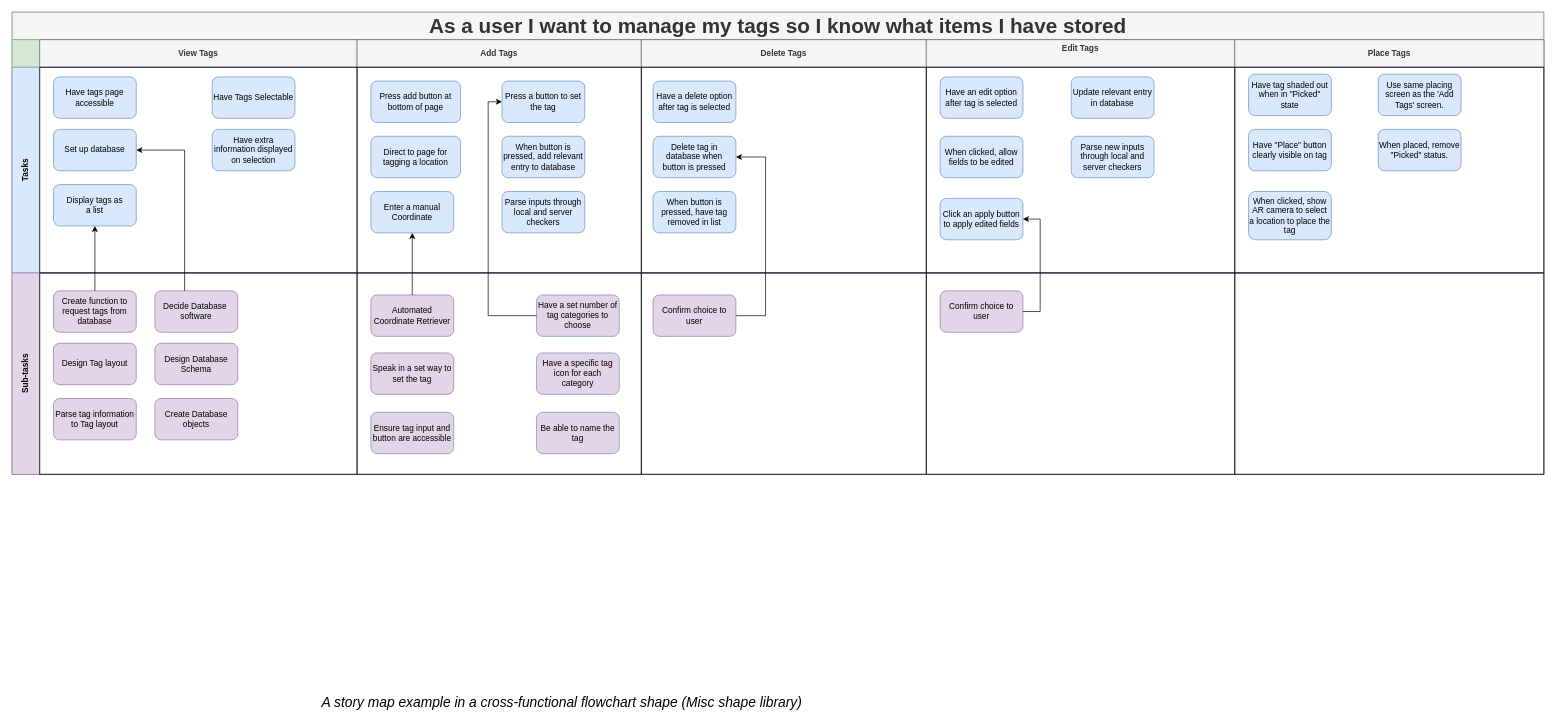
The draw.io diagram Documentation/Project Diagrams/Story Maps/Manage Tag Theme.drawio in ickeyben123/AR, before the edit. Source tidied: cells renumbered, new cells numbered last; positions are measured from the earlier drawing's top-left corner, leaving out a move shared by most shapes. Both pictures are drawn from the tidied source at 69%, with x=0, y=0 at pixel (12, 12).
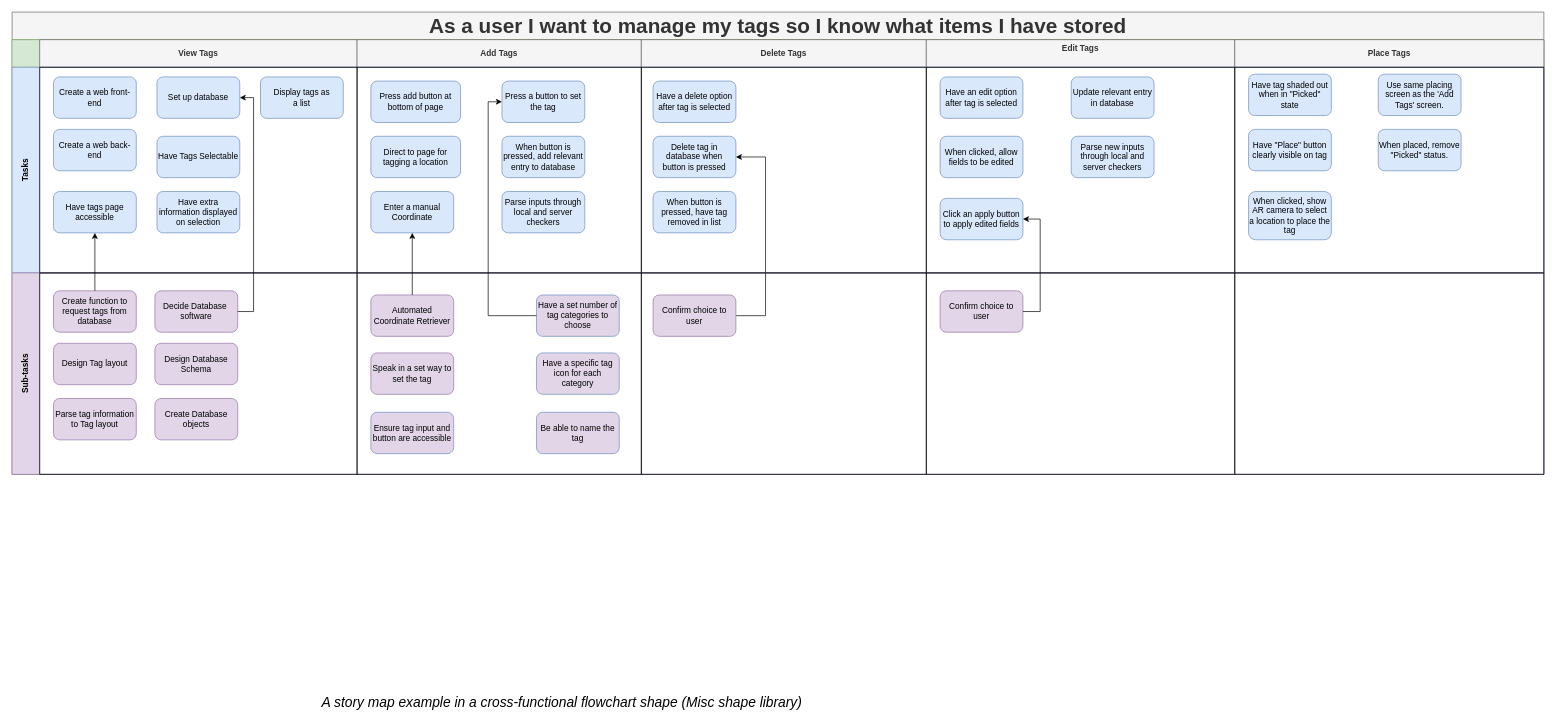
After the change.

Commit message (it also covers changes not shown here):
Updated story maps to reflect meeting.

Unchanged cells that the change refers to:
```xml
<mxCell id="2" value="As a user I want to manage my tags so I know what items I have stored" style="shape=table;childLayout=tableLayout;rowLines=0;columnLines=0;startSize=40;html=1;whiteSpace=wrap;fontStyle=1;align=center;labelBackgroundColor=none;strokeWidth=1;fontSize=30;fillColor=#f5f5f5;strokeColor=#666666;fontColor=#333333;" parent="1" vertex="1">
  <mxGeometry width="2220" height="670" as="geometry" />
</mxCell>
<mxCell id="10" style="swimlane;startSize=0;html=1;whiteSpace=wrap;" parent="9" vertex="1">
  <mxGeometry x="40" width="460" height="298" as="geometry" />
</mxCell>
<mxCell id="43" value="Create function to request tags from database" style="rounded=1;whiteSpace=wrap;html=1;strokeWidth=1;fillColor=#e1d5e7;strokeColor=#9673a6;" parent="42" vertex="1">
  <mxGeometry x="20" y="26" width="120" height="60" as="geometry" />
</mxCell>
<mxCell id="47" value="Decide Database&amp;nbsp; software" style="rounded=1;whiteSpace=wrap;html=1;strokeWidth=1;fillColor=#e1d5e7;strokeColor=#9673a6;" parent="42" vertex="1">
  <mxGeometry x="167" y="26" width="120" height="60" as="geometry" />
</mxCell>
```

Change to the diagram source:
```diff
@@
     <mxCell id="11" value="Have tags page accessible" style="rounded=1;whiteSpace=wrap;html=1;strokeWidth=1;fillColor=#dae8fc;strokeColor=#6c8ebf;" parent="10" vertex="1">
-      <mxGeometry x="20" y="14" width="120" height="60" as="geometry" />
+      <mxGeometry x="20" y="180" width="120" height="60" as="geometry" />
     </mxCell>
     <mxCell id="12" value="&lt;div&gt;Display tags as &lt;br&gt;&lt;/div&gt;&lt;div&gt;a list&lt;/div&gt;" style="rounded=1;whiteSpace=wrap;html=1;strokeWidth=1;fillColor=#dae8fc;strokeColor=#6c8ebf;" parent="10" vertex="1">
-      <mxGeometry x="20" y="170" width="120" height="60" as="geometry" />
+      <mxGeometry x="320" y="14" width="120" height="60" as="geometry" />
     </mxCell>
     <mxCell id="13" value="Set up database" style="rounded=1;whiteSpace=wrap;html=1;strokeWidth=1;fillColor=#dae8fc;strokeColor=#6c8ebf;" parent="10" vertex="1">
-      <mxGeometry x="20" y="90" width="120" height="60" as="geometry" />
+      <mxGeometry x="170" y="14" width="120" height="60" as="geometry" />
     </mxCell>
     <mxCell id="14" value="Have Tags Selectable" style="rounded=1;whiteSpace=wrap;html=1;strokeWidth=1;fillColor=#dae8fc;strokeColor=#6c8ebf;" parent="10" vertex="1">
-      <mxGeometry x="250" y="14" width="120" height="60" as="geometry" />
+      <mxGeometry x="170" y="100" width="120" height="60" as="geometry" />
     </mxCell>
     <mxCell id="15" value="Have extra information displayed on selection" style="rounded=1;whiteSpace=wrap;html=1;strokeWidth=1;fillColor=#dae8fc;strokeColor=#6c8ebf;" parent="10" vertex="1">
-      <mxGeometry x="250" y="90" width="120" height="60" as="geometry" />
+      <mxGeometry x="170" y="180" width="120" height="60" as="geometry" />
     </mxCell>
+    <mxCell id="66" value="Create a web front-end" style="rounded=1;whiteSpace=wrap;html=1;strokeWidth=1;fillColor=#dae8fc;strokeColor=#6c8ebf;" parent="10" vertex="1">
+      <mxGeometry x="20" y="14" width="120" height="60" as="geometry" />
+    </mxCell>
+    <mxCell id="67" value="Create a web back-end" style="rounded=1;whiteSpace=wrap;html=1;strokeWidth=1;fillColor=#dae8fc;strokeColor=#6c8ebf;" parent="10" vertex="1">
+      <mxGeometry x="20" y="90" width="120" height="60" as="geometry" />
+    </mxCell>
@@
-    <mxCell id="60" style="edgeStyle=orthogonalEdgeStyle;rounded=0;jettySize=auto;html=1;exitX=0.5;exitY=0;exitDx=0;exitDy=0;entryX=0.5;entryY=1;entryDx=0;entryDy=0;" parent="2" edge="1" source="43" target="12">
-      <mxGeometry relative="1" as="geometry" />
-    </mxCell>
-    <mxCell id="61" style="edgeStyle=orthogonalEdgeStyle;rounded=0;jettySize=auto;html=1;entryX=1;entryY=0.5;entryDx=0;entryDy=0;" parent="2" edge="1" source="47" target="13">
-      <mxGeometry relative="1" as="geometry">
-        <Array as="points">
-          <mxPoint x="250" y="200" />
-        </Array>
-      </mxGeometry>
-    </mxCell>
@@
+    <mxCell id="68" style="edgeStyle=orthogonalEdgeStyle;rounded=0;jettySize=auto;html=1;entryX=0.5;entryY=1;entryDx=0;entryDy=0;" parent="2" edge="1" source="43" target="11">
+      <mxGeometry relative="1" as="geometry" />
+    </mxCell>
+    <mxCell id="61" style="edgeStyle=orthogonalEdgeStyle;rounded=0;jettySize=auto;html=1;entryX=1;entryY=0.5;entryDx=0;entryDy=0;" parent="2" edge="1" source="47" target="13">
+      <mxGeometry relative="1" as="geometry">
+        <Array as="points">
+          <mxPoint x="350" y="434" />
+          <mxPoint x="350" y="124" />
+        </Array>
+      </mxGeometry>
+    </mxCell>
```
